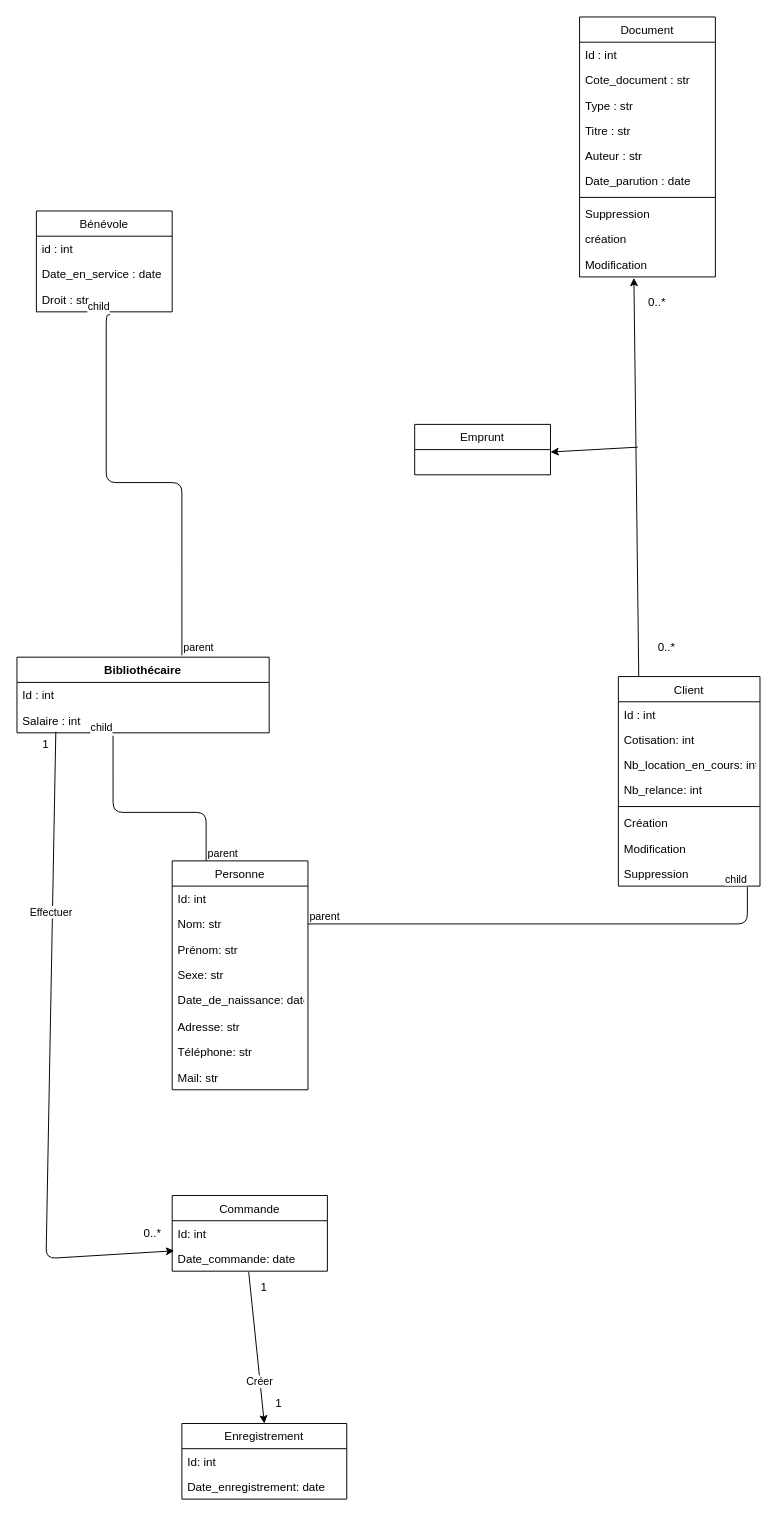
Kevin-dev-afpa/CDA keeps this draw.io diagram as Développer des composants d'interface/Maquetter une application/UML partie 1/Phase5_diagramme_de_classe.drawio. Above is the earlier version. Source tidied: cells renumbered, new cells numbered last; positions are measured from the earlier drawing's top-left corner, leaving out a move shared by most shapes. Both pictures are drawn from the tidied source at 97%, with x=0, y=0 at pixel (16, 16).
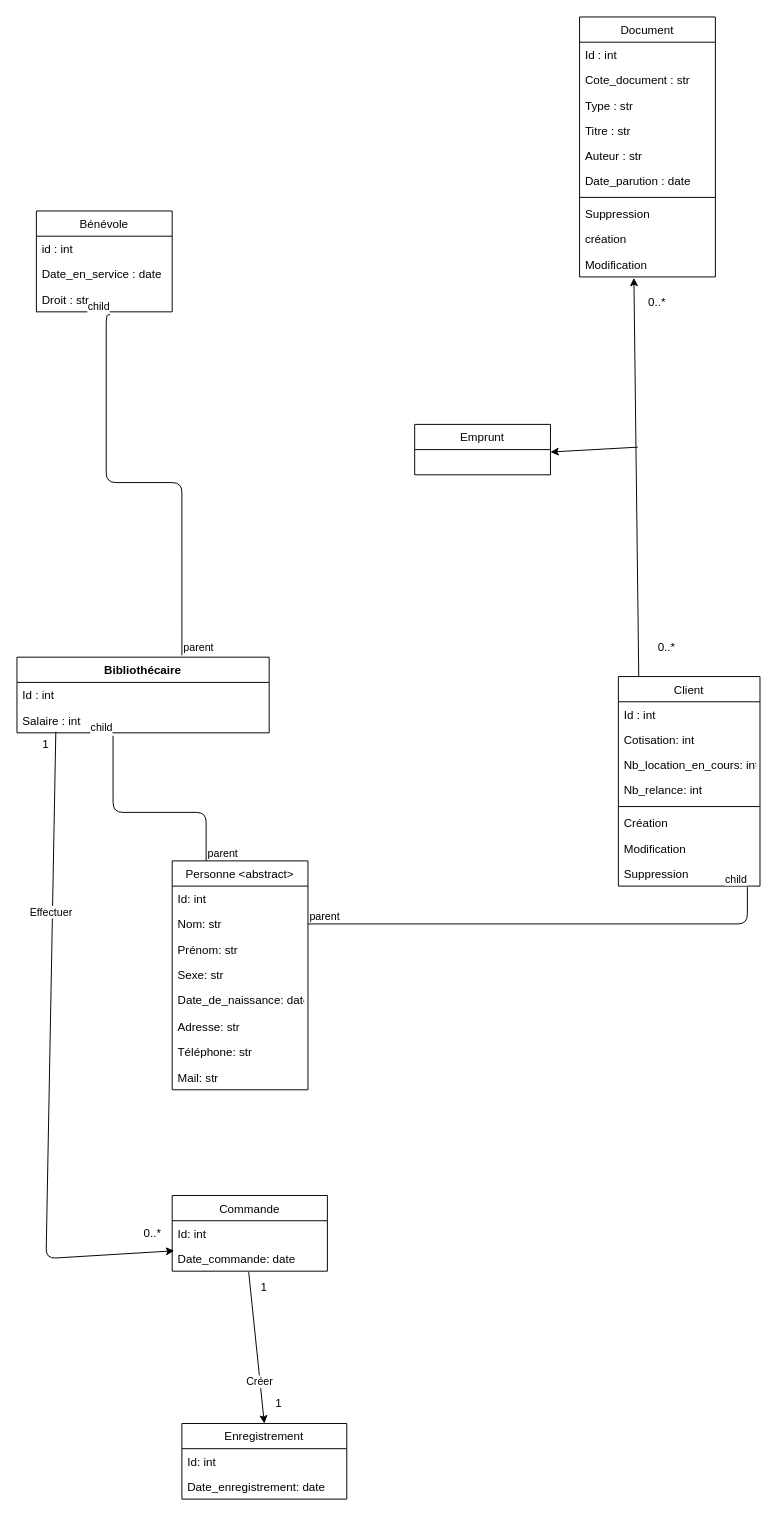
Above is the later version.

Change to the diagram source:
```diff
@@
-    <mxCell id="2" value="Personne" style="swimlane;fontStyle=0;horizontal=1;startSize=26;fillColor=none;" parent="1" vertex="1">
+    <mxCell id="2" value="Personne &lt;abstract&gt;" style="swimlane;fontStyle=0;horizontal=1;startSize=26;fillColor=none;" parent="1" vertex="1">
       <mxGeometry x="160" y="870" width="140" height="236" as="geometry" />
     </mxCell>
```
